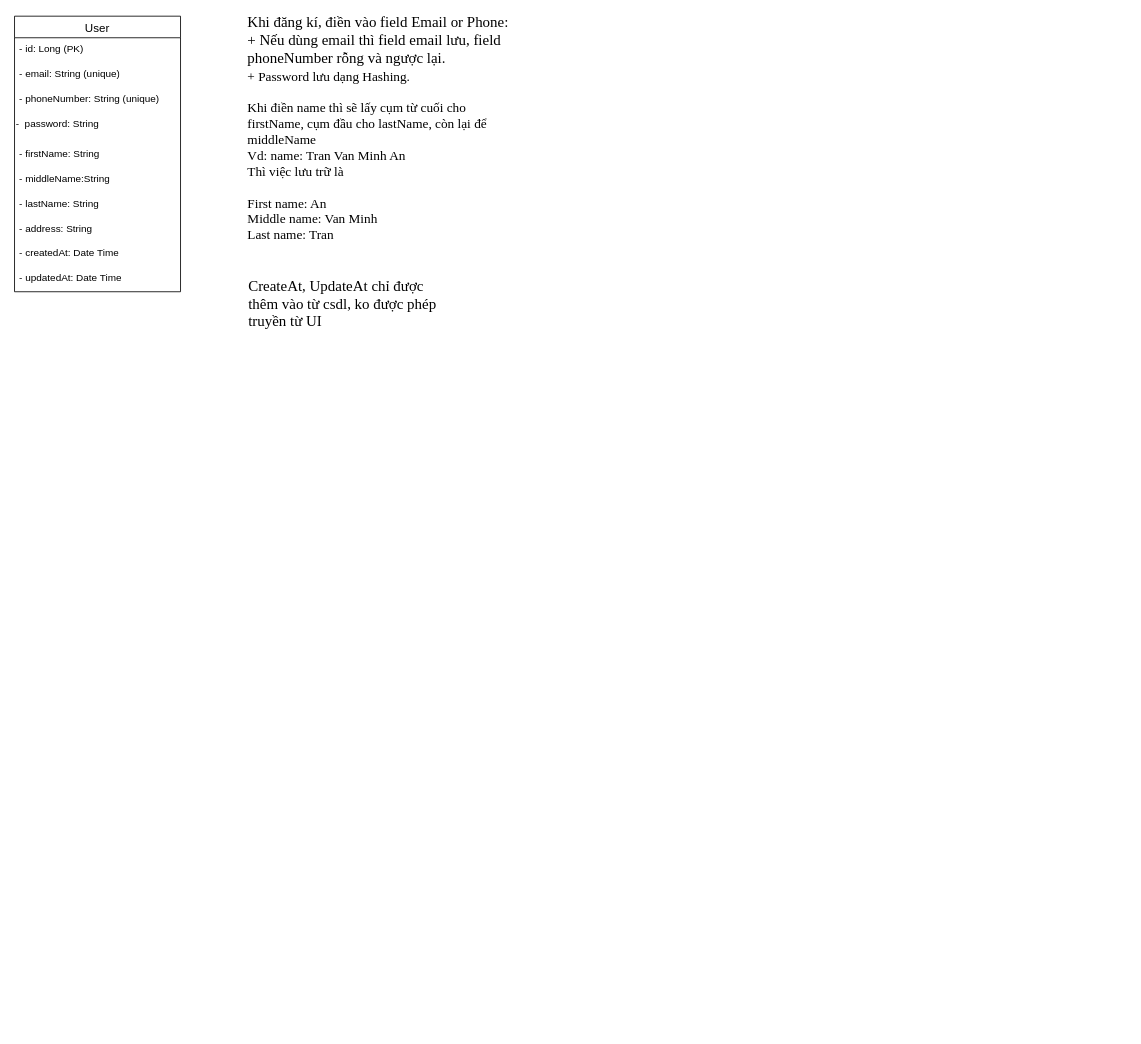
penduricha/Project-e-commerce keeps this draw.io diagram as diagrams/class/class-user.drawio. Above is the earlier version. Source tidied: cells renumbered, new cells numbered last; positions are measured from the earlier drawing's top-left corner, leaving out a move shared by most shapes. Both pictures are drawn from the tidied source at 83%, with x=0, y=0 at pixel (14, 16).
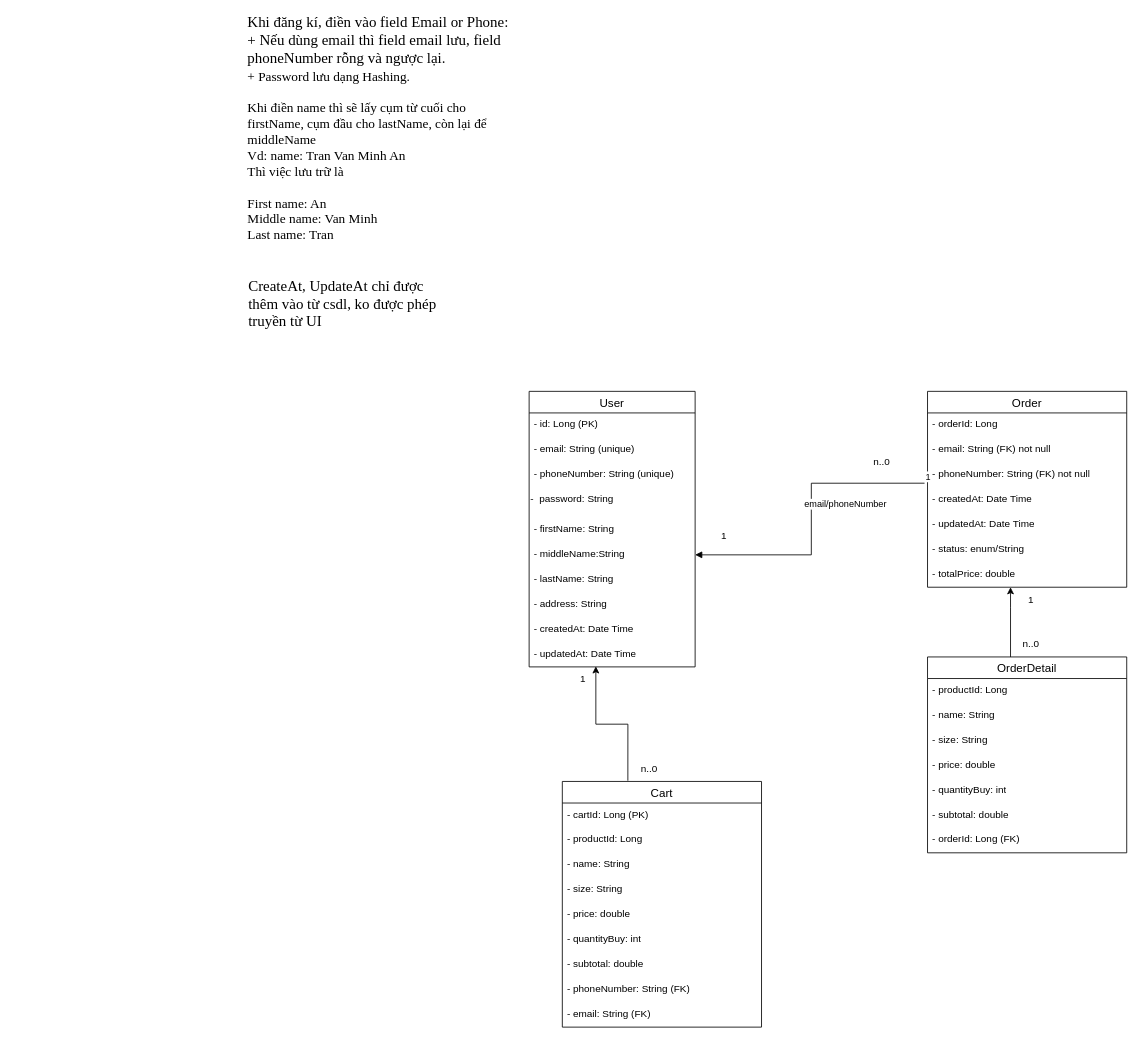
The same page after the edit.

Unchanged cells that the change refers to:
```xml
<mxCell id="8" value="- middleName:String" style="text;strokeColor=none;fillColor=none;spacingLeft=4;spacingRight=4;overflow=hidden;points=[[0,0.5],[1,0.5]];portConstraint=eastwest;fontSize=12;whiteSpace=wrap;html=1;" parent="2" vertex="1">
  <mxGeometry y="182" width="200" height="30" as="geometry" />
</mxCell>
<mxCell id="12" value="- updatedAt: Date Time" style="text;strokeColor=none;fillColor=none;spacingLeft=4;spacingRight=4;overflow=hidden;points=[[0,0.5],[1,0.5]];portConstraint=eastwest;fontSize=12;whiteSpace=wrap;html=1;" parent="2" vertex="1">
  <mxGeometry y="302" width="200" height="30" as="geometry" />
</mxCell>
```

Diff of the diagram source:
```diff
@@
     <mxCell id="2" value="User" style="swimlane;fontStyle=0;horizontal=1;startSize=26;align=center;fontSize=14;" parent="1" vertex="1">
-      <mxGeometry width="200" height="332" as="geometry" />
+      <mxGeometry x="620" y="452" width="200" height="332" as="geometry" />
     </mxCell>
@@
+    <mxCell id="15" value="Order" style="swimlane;fontStyle=0;horizontal=1;startSize=26;align=center;fontSize=14;" parent="1" vertex="1">
+      <mxGeometry x="1100" y="452" width="240" height="236" as="geometry" />
+    </mxCell>
+    <mxCell id="16" value="- orderId: Long" style="text;strokeColor=none;fillColor=none;spacingLeft=4;spacingRight=4;overflow=hidden;fontSize=12;whiteSpace=wrap;html=1;" parent="15" vertex="1">
+      <mxGeometry y="26" width="240" height="30" as="geometry" />
+    </mxCell>
+    <mxCell id="17" value="- email: String (FK) not null" style="text;strokeColor=none;fillColor=none;spacingLeft=4;spacingRight=4;overflow=hidden;fontSize=12;whiteSpace=wrap;html=1;" parent="15" vertex="1">
+      <mxGeometry y="56" width="240" height="30" as="geometry" />
+    </mxCell>
+    <mxCell id="18" value="- phoneNumber: String (FK) not null" style="text;strokeColor=none;fillColor=none;spacingLeft=4;spacingRight=4;overflow=hidden;points=[[0,0.5],[1,0.5]];portConstraint=eastwest;fontSize=12;whiteSpace=wrap;html=1;" parent="15" vertex="1">
+      <mxGeometry y="86" width="240" height="30" as="geometry" />
+    </mxCell>
+    <mxCell id="19" value="- createdAt: Date Time" style="text;strokeColor=none;fillColor=none;spacingLeft=4;spacingRight=4;overflow=hidden;fontSize=12;whiteSpace=wrap;html=1;" parent="15" vertex="1">
+      <mxGeometry y="116" width="240" height="30" as="geometry" />
+    </mxCell>
+    <mxCell id="20" value="- updatedAt: Date Time" style="text;strokeColor=none;fillColor=none;spacingLeft=4;spacingRight=4;overflow=hidden;fontSize=12;whiteSpace=wrap;html=1;" parent="15" vertex="1">
+      <mxGeometry y="146" width="240" height="30" as="geometry" />
+    </mxCell>
+    <mxCell id="21" value="- status: enum/String" style="text;strokeColor=none;fillColor=none;spacingLeft=4;spacingRight=4;overflow=hidden;fontSize=12;whiteSpace=wrap;html=1;" parent="15" vertex="1">
+      <mxGeometry y="176" width="240" height="30" as="geometry" />
+    </mxCell>
+    <mxCell id="22" value="- totalPrice: double" style="text;strokeColor=none;fillColor=none;spacingLeft=4;spacingRight=4;overflow=hidden;points=[[0,0.5],[1,0.5]];portConstraint=eastwest;fontSize=12;whiteSpace=wrap;html=1;" parent="15" vertex="1">
+      <mxGeometry y="206" width="240" height="30" as="geometry" />
+    </mxCell>
+    <mxCell id="23" style="edgeStyle=orthogonalEdgeStyle;rounded=0;jettySize=auto;html=1;" parent="1" edge="1" source="24" target="22">
+      <mxGeometry relative="1" as="geometry">
+        <Array as="points">
+          <mxPoint x="1200" y="712" />
+          <mxPoint x="1200" y="712" />
+        </Array>
+      </mxGeometry>
+    </mxCell>
+    <mxCell id="24" value="OrderDetail" style="swimlane;fontStyle=0;horizontal=1;startSize=26;align=center;fontSize=14;" parent="1" vertex="1">
+      <mxGeometry x="1100" y="772" width="240" height="236" as="geometry" />
+    </mxCell>
+    <mxCell id="25" value="- productId: Long" style="text;strokeColor=none;fillColor=none;spacingLeft=4;spacingRight=4;overflow=hidden;fontSize=12;whiteSpace=wrap;html=1;" parent="24" vertex="1">
+      <mxGeometry y="26" width="240" height="30" as="geometry" />
+    </mxCell>
+    <mxCell id="26" value="- name: String" style="text;strokeColor=none;fillColor=none;spacingLeft=4;spacingRight=4;overflow=hidden;fontSize=12;whiteSpace=wrap;html=1;" parent="24" vertex="1">
+      <mxGeometry y="56" width="240" height="30" as="geometry" />
+    </mxCell>
+    <mxCell id="27" value="- size: String" style="text;strokeColor=none;fillColor=none;spacingLeft=4;spacingRight=4;overflow=hidden;fontSize=12;whiteSpace=wrap;html=1;" parent="24" vertex="1">
+      <mxGeometry y="86" width="240" height="30" as="geometry" />
+    </mxCell>
+    <mxCell id="28" value="- price: double" style="text;strokeColor=none;fillColor=none;spacingLeft=4;spacingRight=4;overflow=hidden;fontSize=12;whiteSpace=wrap;html=1;" parent="24" vertex="1">
+      <mxGeometry y="116" width="240" height="30" as="geometry" />
+    </mxCell>
+    <mxCell id="29" value="- quantityBuy: int" style="text;strokeColor=none;fillColor=none;spacingLeft=4;spacingRight=4;overflow=hidden;fontSize=12;whiteSpace=wrap;html=1;" parent="24" vertex="1">
+      <mxGeometry y="146" width="240" height="30" as="geometry" />
+    </mxCell>
+    <mxCell id="30" value="- subtotal: double" style="text;strokeColor=none;fillColor=none;spacingLeft=4;spacingRight=4;overflow=hidden;fontSize=12;whiteSpace=wrap;html=1;" parent="24" vertex="1">
+      <mxGeometry y="176" width="240" height="30" as="geometry" />
+    </mxCell>
+    <mxCell id="31" value="- orderId: Long (FK)" style="text;strokeColor=none;fillColor=none;spacingLeft=4;spacingRight=4;overflow=hidden;fontSize=12;whiteSpace=wrap;html=1;" parent="24" vertex="1">
+      <mxGeometry y="206" width="240" height="30" as="geometry" />
+    </mxCell>
+    <mxCell id="32" value="email/phoneNumber" style="endArrow=block;endFill=1;html=1;edgeStyle=orthogonalEdgeStyle;align=left;verticalAlign=top;rounded=0;exitX=-0.015;exitY=0.822;exitDx=0;exitDy=0;exitPerimeter=0;" parent="1" edge="1" source="18" target="8">
+      <mxGeometry x="-0.18" y="-10" relative="1" as="geometry" />
+    </mxCell>
+    <mxCell id="33" value="1" style="edgeLabel;html=1;align=left;verticalAlign=bottom;" parent="32" vertex="1">
+      <mxGeometry x="-1" relative="1" as="geometry" />
+    </mxCell>
+    <mxCell id="34" value="1" style="text;html=1;align=center;verticalAlign=middle;whiteSpace=wrap;rounded=0;" parent="1" vertex="1">
+      <mxGeometry x="1210" y="688" width="30" height="30" as="geometry" />
+    </mxCell>
+    <mxCell id="35" value="n..0" style="text;html=1;align=center;verticalAlign=middle;whiteSpace=wrap;rounded=0;" parent="1" vertex="1">
+      <mxGeometry x="1030" y="522" width="30" height="30" as="geometry" />
+    </mxCell>
+    <mxCell id="36" value="1" style="text;html=1;align=center;verticalAlign=middle;whiteSpace=wrap;rounded=0;" parent="1" vertex="1">
+      <mxGeometry x="840" y="612" width="30" height="30" as="geometry" />
+    </mxCell>
+    <mxCell id="37" value="n..0" style="text;html=1;align=center;verticalAlign=middle;whiteSpace=wrap;rounded=0;" parent="1" vertex="1">
+      <mxGeometry x="1210" y="742" width="30" height="30" as="geometry" />
+    </mxCell>
+    <mxCell id="38" value="Cart" style="swimlane;fontStyle=0;horizontal=1;startSize=26;align=center;fontSize=14;" parent="1" vertex="1">
+      <mxGeometry x="660" y="922" width="240" height="296" as="geometry" />
+    </mxCell>
+    <mxCell id="39" value="- cartId: Long (PK)" style="text;strokeColor=none;fillColor=none;spacingLeft=4;spacingRight=4;overflow=hidden;fontSize=12;whiteSpace=wrap;html=1;" parent="38" vertex="1">
+      <mxGeometry y="26" width="240" height="30" as="geometry" />
+    </mxCell>
+    <mxCell id="40" value="- productId: Long" style="text;strokeColor=none;fillColor=none;spacingLeft=4;spacingRight=4;overflow=hidden;fontSize=12;whiteSpace=wrap;html=1;" parent="38" vertex="1">
+      <mxGeometry y="56" width="240" height="30" as="geometry" />
+    </mxCell>
+    <mxCell id="41" value="- name: String" style="text;strokeColor=none;fillColor=none;spacingLeft=4;spacingRight=4;overflow=hidden;fontSize=12;whiteSpace=wrap;html=1;" parent="38" vertex="1">
+      <mxGeometry y="86" width="240" height="30" as="geometry" />
+    </mxCell>
+    <mxCell id="42" value="- size: String" style="text;strokeColor=none;fillColor=none;spacingLeft=4;spacingRight=4;overflow=hidden;fontSize=12;whiteSpace=wrap;html=1;" parent="38" vertex="1">
+      <mxGeometry y="116" width="240" height="30" as="geometry" />
+    </mxCell>
+    <mxCell id="43" value="- price: double" style="text;strokeColor=none;fillColor=none;spacingLeft=4;spacingRight=4;overflow=hidden;fontSize=12;whiteSpace=wrap;html=1;" parent="38" vertex="1">
+      <mxGeometry y="146" width="240" height="30" as="geometry" />
+    </mxCell>
+    <mxCell id="44" value="- quantityBuy: int" style="text;strokeColor=none;fillColor=none;spacingLeft=4;spacingRight=4;overflow=hidden;fontSize=12;whiteSpace=wrap;html=1;" parent="38" vertex="1">
+      <mxGeometry y="176" width="240" height="30" as="geometry" />
+    </mxCell>
+    <mxCell id="45" value="- subtotal: double" style="text;strokeColor=none;fillColor=none;spacingLeft=4;spacingRight=4;overflow=hidden;fontSize=12;whiteSpace=wrap;html=1;" parent="38" vertex="1">
+      <mxGeometry y="206" width="240" height="30" as="geometry" />
+    </mxCell>
+    <mxCell id="46" value="- phoneNumber: String (FK)" style="text;strokeColor=none;fillColor=none;spacingLeft=4;spacingRight=4;overflow=hidden;fontSize=12;whiteSpace=wrap;html=1;" parent="38" vertex="1">
+      <mxGeometry y="236" width="240" height="30" as="geometry" />
+    </mxCell>
+    <mxCell id="47" value="- email: String (FK)" style="text;strokeColor=none;fillColor=none;spacingLeft=4;spacingRight=4;overflow=hidden;fontSize=12;whiteSpace=wrap;html=1;" parent="38" vertex="1">
+      <mxGeometry y="266" width="240" height="30" as="geometry" />
+    </mxCell>
+    <mxCell id="48" style="edgeStyle=orthogonalEdgeStyle;rounded=0;jettySize=auto;html=1;entryX=0.402;entryY=0.978;entryDx=0;entryDy=0;entryPerimeter=0;exitX=0.329;exitY=-0.003;exitDx=0;exitDy=0;exitPerimeter=0;" parent="1" edge="1" source="38" target="12">
+      <mxGeometry relative="1" as="geometry" />
+    </mxCell>
+    <mxCell id="49" value="1" style="text;html=1;align=center;verticalAlign=middle;whiteSpace=wrap;rounded=0;" parent="1" vertex="1">
+      <mxGeometry x="670" y="784" width="30" height="30" as="geometry" />
+    </mxCell>
+    <mxCell id="50" value="n..0" style="text;html=1;align=center;verticalAlign=middle;whiteSpace=wrap;rounded=0;" parent="1" vertex="1">
+      <mxGeometry x="750" y="892" width="30" height="30" as="geometry" />
+    </mxCell>
```
